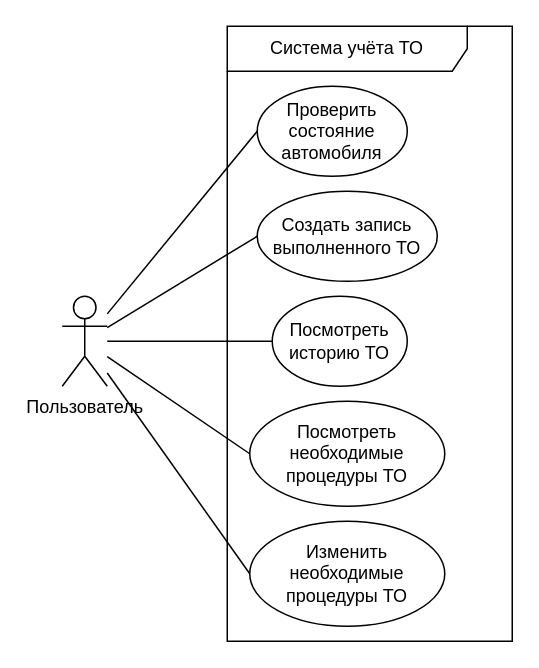
This is user_case_diag.drawio from cyberbanana777/school_car_logger, a draw.io file, before an edit. Source tidied: cells renumbered, new cells numbered last; positions are measured from the earlier drawing's top-left corner, leaving out a move shared by most shapes. Both pictures are drawn from the tidied source at 150%, with x=0, y=0 at pixel (62, 26).
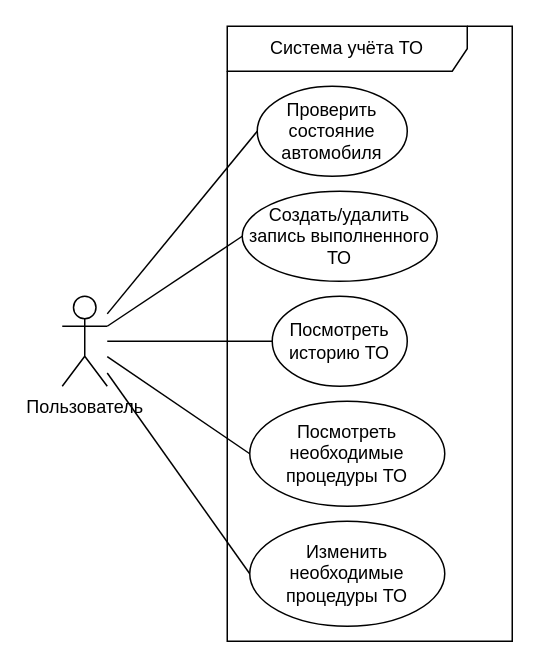
The same page after the edit.

Change to the diagram source:
```diff
@@
 <mxGraphModel>
   <root>
     <mxCell id="0" />
     <mxCell id="1" parent="0" />
     <mxCell id="2" style="rounded=0;jettySize=auto;html=1;entryX=0;entryY=0.5;entryDx=0;entryDy=0;endArrow=none;endFill=0;" parent="1" edge="1" source="7" target="9">
       <mxGeometry relative="1" as="geometry" />
     </mxCell>
     <mxCell id="3" style="rounded=0;jettySize=auto;html=1;entryX=0;entryY=0.5;entryDx=0;entryDy=0;endArrow=none;endFill=0;" parent="1" edge="1" source="7" target="10">
       <mxGeometry relative="1" as="geometry" />
     </mxCell>
     <mxCell id="4" style="rounded=0;jettySize=auto;html=1;entryX=0;entryY=0.5;entryDx=0;entryDy=0;endArrow=none;endFill=0;" parent="1" edge="1" source="7" target="11">
       <mxGeometry relative="1" as="geometry" />
     </mxCell>
     <mxCell id="5" style="rounded=0;jettySize=auto;html=1;entryX=0;entryY=0.5;entryDx=0;entryDy=0;endArrow=none;endFill=0;" parent="1" edge="1" source="7" target="12">
       <mxGeometry relative="1" as="geometry" />
     </mxCell>
     <mxCell id="6" style="rounded=0;jettySize=auto;html=1;entryX=0;entryY=0.5;entryDx=0;entryDy=0;endArrow=none;endFill=0;" parent="1" edge="1" source="7" target="13">
       <mxGeometry relative="1" as="geometry" />
     </mxCell>
     <mxCell id="7" value="Пользователь" style="shape=umlActor;verticalLabelPosition=bottom;verticalAlign=top;html=1;outlineConnect=0;" parent="1" vertex="1">
       <mxGeometry y="180" width="30" height="60" as="geometry" />
     </mxCell>
     <mxCell id="8" value="Система учёта ТО" style="shape=umlFrame;whiteSpace=wrap;html=1;width=160;" parent="1" vertex="1">
       <mxGeometry x="110" width="190" height="410" as="geometry" />
     </mxCell>
     <mxCell id="9" value="Проверить состояние автомобиля" style="ellipse;html=1;whiteSpace=wrap;" parent="8" vertex="1">
       <mxGeometry x="20" y="40" width="100" height="60" as="geometry" />
     </mxCell>
-    <mxCell id="10" value="Создать запись выполненного ТО" style="ellipse;html=1;whiteSpace=wrap;" parent="8" vertex="1">
-      <mxGeometry x="20" y="110" width="120" height="60" as="geometry" />
+    <mxCell id="10" value="Создать/удалить запись выполненного ТО" style="ellipse;html=1;whiteSpace=wrap;" parent="8" vertex="1">
+      <mxGeometry x="10" y="110" width="130" height="60" as="geometry" />
     </mxCell>
     <mxCell id="11" value="Посмотреть историю ТО" style="ellipse;html=1;whiteSpace=wrap;" parent="8" vertex="1">
       <mxGeometry x="30" y="180" width="90" height="60" as="geometry" />
     </mxCell>
     <mxCell id="12" value="Посмотреть необходимые процедуры ТО" style="ellipse;html=1;whiteSpace=wrap;" parent="8" vertex="1">
       <mxGeometry x="15" y="250" width="130" height="70" as="geometry" />
     </mxCell>
     <mxCell id="13" value="Изменить необходимые процедуры ТО" style="ellipse;html=1;whiteSpace=wrap;" parent="8" vertex="1">
       <mxGeometry x="15" y="330" width="130" height="70" as="geometry" />
     </mxCell>
   </root>
 </mxGraphModel>
```
